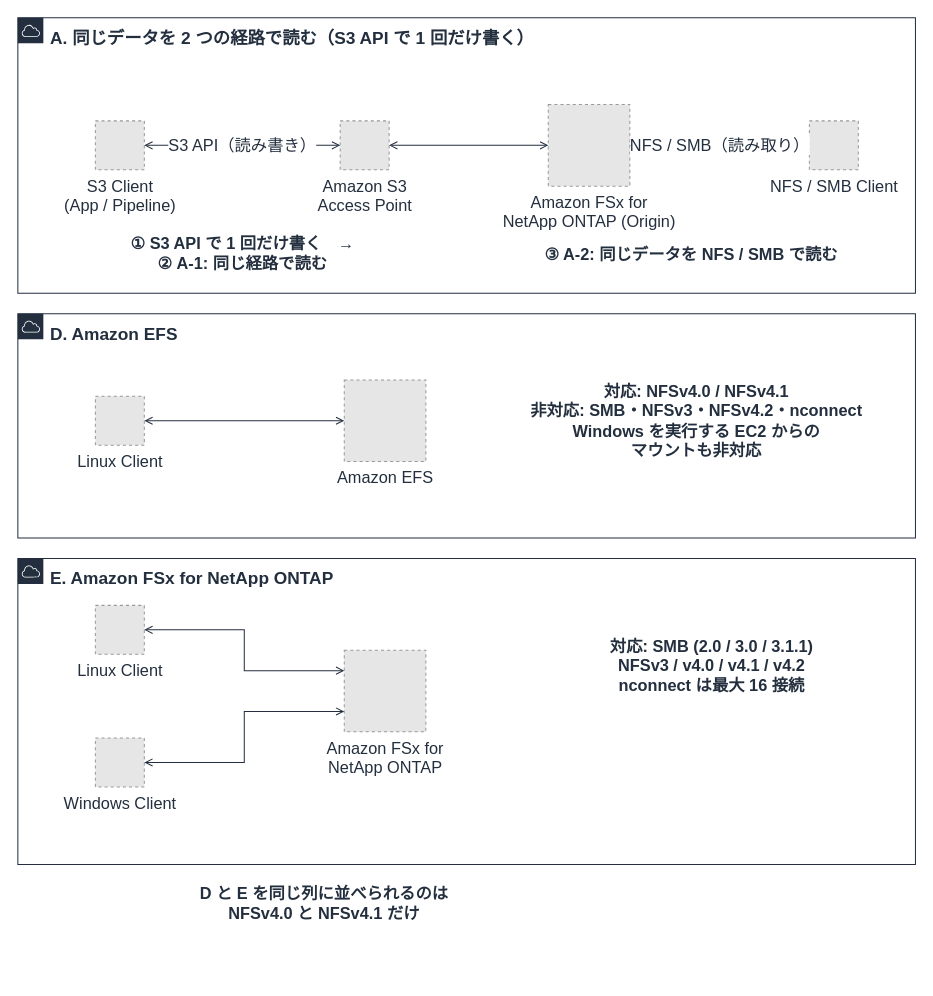
This is docs/_assets/diagrams/s3burst-protocol-test-matrix.drawio from Yoshiki0705/S3-Burst-on-ONTAP-Files, a draw.io file, before an edit. Source tidied: cells renumbered, new cells numbered last; positions are measured from the earlier drawing's top-left corner, leaving out a move shared by most shapes. Both pictures are drawn from the tidied source at 102%, with x=0, y=0 at pixel (17, 17). Pictures stored in the file or linked from it are replaced by grey dashed boxes.
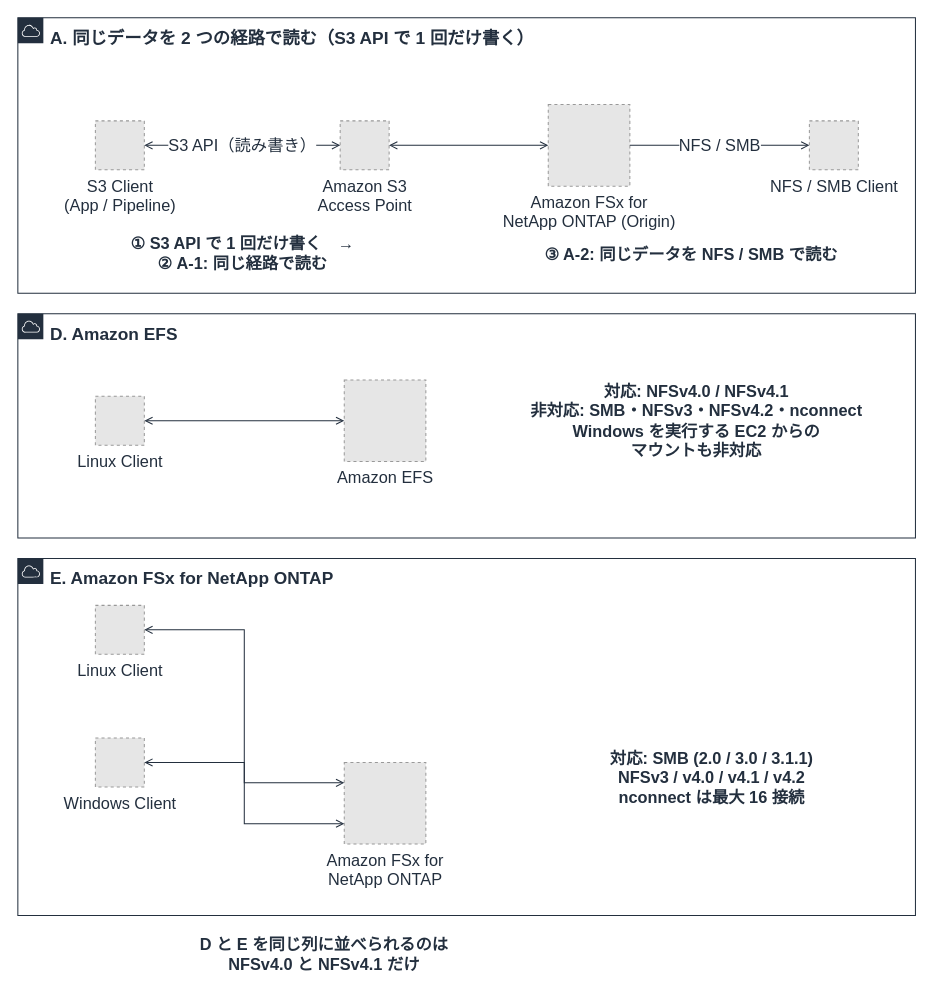
After the change.

The change refers to these unchanged cells:
```xml
<mxCell id="12" value="Amazon FSx for&#10;NetApp ONTAP (Origin)" style="fillColor=#E6E6E6;strokeColor=#999999;dashed=1;html=1;verticalLabelPosition=bottom;verticalAlign=top;labelPosition=center;align=center;fontSize=16;fontColor=#232F3E;" parent="1" vertex="1">
  <mxGeometry x="520" y="85" width="80" height="80" as="geometry" />
</mxCell>
<mxCell id="13" value="NFS / SMB Client" style="fillColor=#E6E6E6;strokeColor=#999999;dashed=1;html=1;verticalLabelPosition=bottom;verticalAlign=top;labelPosition=center;align=center;fontSize=16;fontColor=#232F3E;" parent="1" vertex="1">
  <mxGeometry x="776" y="101" width="48" height="48" as="geometry" />
</mxCell>
```

What changed in the source:
```diff
@@
     <mxCell id="4" value="E. Amazon FSx for NetApp ONTAP" style="gradientColor=none;html=1;whiteSpace=wrap;fontSize=17;fontStyle=1;fontColor=#232F3E;shape=mxgraph.aws4.group;grIcon=mxgraph.aws4.group_aws_cloud;strokeColor=#232F3E;fillColor=none;verticalAlign=top;align=left;spacingLeft=30;spacingTop=4;dashed=0;" parent="1" vertex="1">
-      <mxGeometry y="530" width="880" height="300" as="geometry" />
+      <mxGeometry y="530" width="880" height="350" as="geometry" />
     </mxCell>
@@
     <mxCell id="8" value="対応: SMB (2.0 / 3.0 / 3.1.1)&lt;br&gt;NFSv3 / v4.0 / v4.1 / v4.2&lt;br&gt;nconnect は最大 16 接続" style="text;html=1;strokeColor=none;fillColor=none;align=center;verticalAlign=middle;fontSize=16;fontStyle=1;fontColor=#232F3E;" parent="1" vertex="1">
-      <mxGeometry x="500" y="590" width="360" height="90" as="geometry" />
+      <mxGeometry x="500" y="700" width="360" height="90" as="geometry" />
     </mxCell>
     <mxCell id="9" value="D と E を同じ列に並べられるのは&lt;br&gt;NFSv4.0 と NFSv4.1 だけ" style="text;html=1;strokeColor=none;fillColor=none;align=center;verticalAlign=middle;fontSize=16;fontStyle=1;fontColor=#232F3E;" parent="1" vertex="1">
-      <mxGeometry x="20" y="845" width="560" height="46" as="geometry" />
+      <mxGeometry x="20" y="895" width="560" height="46" as="geometry" />
     </mxCell>
@@
     <mxCell id="18" value="Amazon FSx for&#10;NetApp ONTAP" style="fillColor=#E6E6E6;strokeColor=#999999;dashed=1;html=1;verticalLabelPosition=bottom;verticalAlign=top;labelPosition=center;align=center;fontSize=16;fontColor=#232F3E;" parent="1" vertex="1">
-      <mxGeometry x="320" y="620" width="80" height="80" as="geometry" />
+      <mxGeometry x="320" y="730" width="80" height="80" as="geometry" />
     </mxCell>
@@
-    <mxCell id="21" value="NFS / SMB（読み取り）" style="edgeStyle=orthogonalEdgeStyle;rounded=0;html=1;endArrow=open;endFill=0;strokeColor=#232F3E;strokeWidth=1;fontSize=16;fontColor=#232F3E;" parent="1" edge="1" source="12" target="13">
+    <mxCell id="21" value="NFS / SMB" style="edgeStyle=orthogonalEdgeStyle;rounded=0;html=1;endArrow=open;endFill=0;strokeColor=#232F3E;strokeWidth=1;fontSize=16;fontColor=#232F3E;" parent="1" edge="1" source="12" target="13">
       <mxGeometry relative="1" as="geometry" />
     </mxCell>
```
